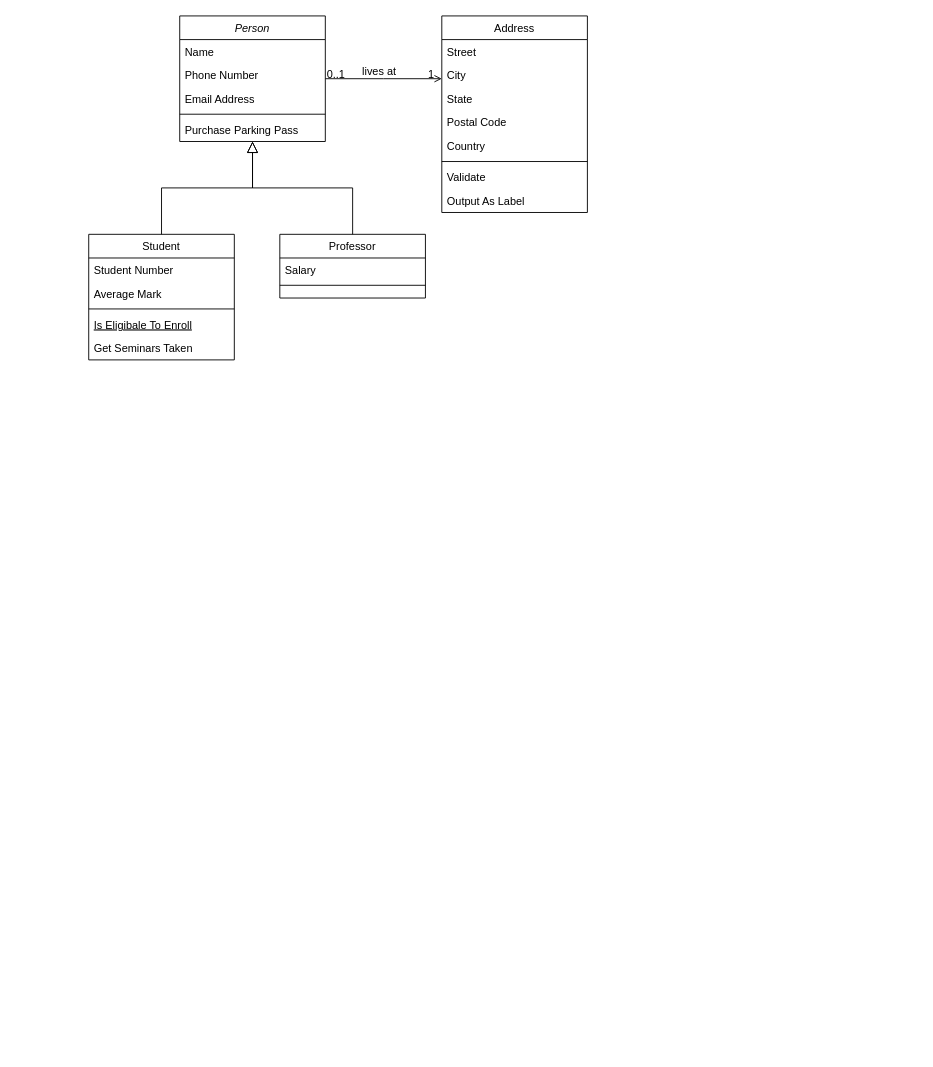
Before: design.drawio in FocusZhouGD/drawprogram, a draw.io diagram. Source tidied: cells renumbered, new cells numbered last; positions are measured from the earlier drawing's top-left corner, leaving out a move shared by most shapes. Both pictures are drawn from the tidied source at 91%, with x=0, y=0 at pixel (88, 15).
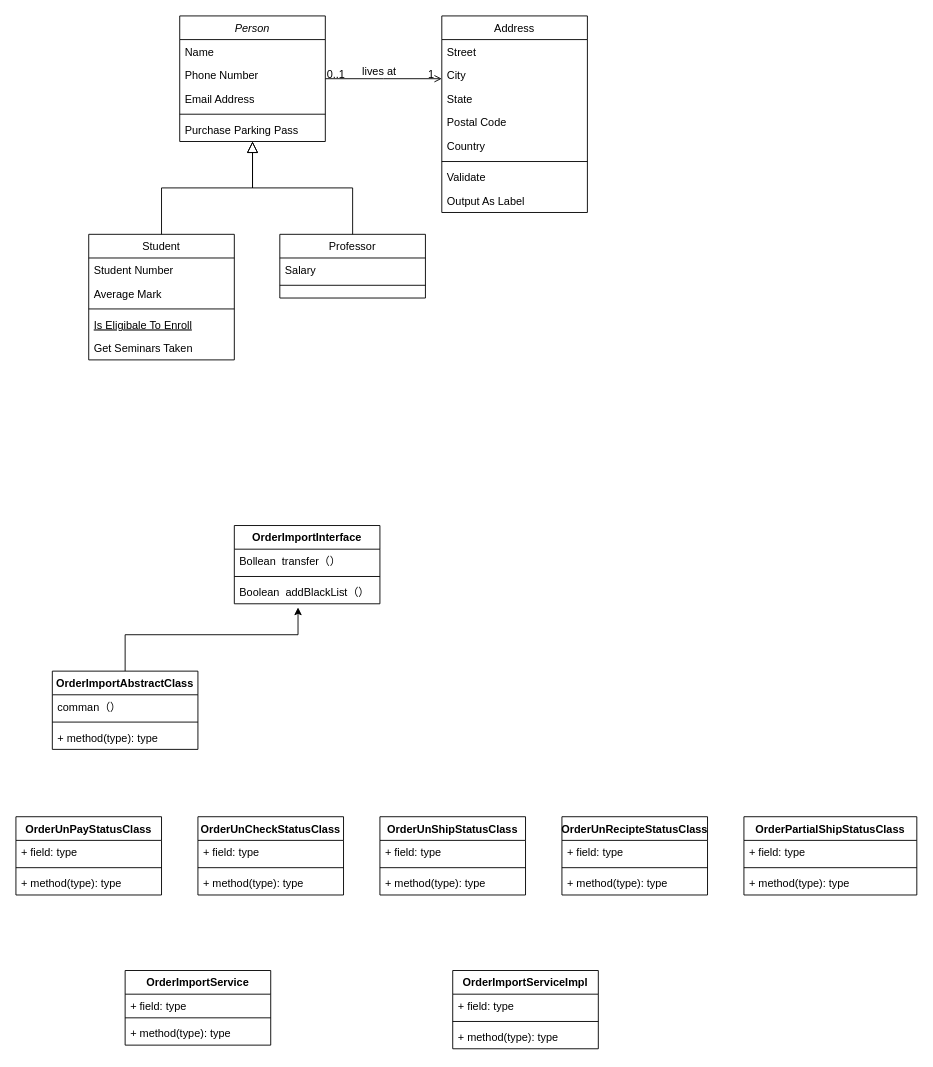
Above is the later version.

What changed in the source:
```diff
@@
+    <mxCell id="32" value="OrderImportInterface" style="swimlane;fontStyle=1;align=center;verticalAlign=top;horizontal=1;startSize=26;" parent="1" vertex="1">
+      <mxGeometry x="160" y="560" width="160" height="86" as="geometry" />
+    </mxCell>
+    <mxCell id="33" value="Bollean  transfer（）" style="text;strokeColor=none;fillColor=none;align=left;verticalAlign=top;spacingLeft=4;spacingRight=4;overflow=hidden;" parent="32" vertex="1">
+      <mxGeometry y="26" width="160" height="26" as="geometry" />
+    </mxCell>
+    <mxCell id="34" style="line;strokeWidth=1;fillColor=none;align=left;verticalAlign=middle;spacingTop=-1;spacingLeft=3;spacingRight=3;labelPosition=right;" parent="32" vertex="1">
+      <mxGeometry y="52" width="160" height="8" as="geometry" />
+    </mxCell>
+    <mxCell id="35" value="Boolean  addBlackList（）" style="text;strokeColor=none;fillColor=none;align=left;verticalAlign=top;spacingLeft=4;spacingRight=4;overflow=hidden;" parent="32" vertex="1">
+      <mxGeometry y="60" width="160" height="26" as="geometry" />
+    </mxCell>
+    <mxCell id="36" style="edgeStyle=orthogonalEdgeStyle;rounded=0;jettySize=auto;html=1;" parent="1" edge="1" source="37">
+      <mxGeometry relative="1" as="geometry">
+        <mxPoint x="230" y="650" as="targetPoint" />
+        <Array as="points">
+          <mxPoint x="40" y="680" />
+          <mxPoint x="230" y="680" />
+        </Array>
+      </mxGeometry>
+    </mxCell>
+    <mxCell id="37" value="OrderImportAbstractClass" style="swimlane;fontStyle=1;align=center;verticalAlign=top;horizontal=1;startSize=26;" parent="1" vertex="1">
+      <mxGeometry x="-40" y="720" width="160" height="86" as="geometry" />
+    </mxCell>
+    <mxCell id="38" value="comman（）" style="text;strokeColor=none;fillColor=none;align=left;verticalAlign=top;spacingLeft=4;spacingRight=4;overflow=hidden;" parent="37" vertex="1">
+      <mxGeometry y="26" width="160" height="26" as="geometry" />
+    </mxCell>
+    <mxCell id="39" style="line;strokeWidth=1;fillColor=none;align=left;verticalAlign=middle;spacingTop=-1;spacingLeft=3;spacingRight=3;labelPosition=right;" parent="37" vertex="1">
+      <mxGeometry y="52" width="160" height="8" as="geometry" />
+    </mxCell>
+    <mxCell id="40" value="+ method(type): type" style="text;strokeColor=none;fillColor=none;align=left;verticalAlign=top;spacingLeft=4;spacingRight=4;overflow=hidden;" parent="37" vertex="1">
+      <mxGeometry y="60" width="160" height="26" as="geometry" />
+    </mxCell>
+    <mxCell id="41" value="OrderUnPayStatusClass" style="swimlane;fontStyle=1;align=center;verticalAlign=top;horizontal=1;startSize=26;" parent="1" vertex="1">
+      <mxGeometry x="-80" y="880" width="160" height="86" as="geometry" />
+    </mxCell>
+    <mxCell id="42" value="+ field: type" style="text;strokeColor=none;fillColor=none;align=left;verticalAlign=top;spacingLeft=4;spacingRight=4;overflow=hidden;" parent="41" vertex="1">
+      <mxGeometry y="26" width="160" height="26" as="geometry" />
+    </mxCell>
+    <mxCell id="43" style="line;strokeWidth=1;fillColor=none;align=left;verticalAlign=middle;spacingTop=-1;spacingLeft=3;spacingRight=3;labelPosition=right;" parent="41" vertex="1">
+      <mxGeometry y="52" width="160" height="8" as="geometry" />
+    </mxCell>
+    <mxCell id="44" value="+ method(type): type" style="text;strokeColor=none;fillColor=none;align=left;verticalAlign=top;spacingLeft=4;spacingRight=4;overflow=hidden;" parent="41" vertex="1">
+      <mxGeometry y="60" width="160" height="26" as="geometry" />
+    </mxCell>
+    <mxCell id="45" value="OrderUnCheckStatusClass" style="swimlane;fontStyle=1;align=center;verticalAlign=top;horizontal=1;startSize=26;" parent="1" vertex="1">
+      <mxGeometry x="120" y="880" width="160" height="86" as="geometry" />
+    </mxCell>
+    <mxCell id="46" value="+ field: type" style="text;strokeColor=none;fillColor=none;align=left;verticalAlign=top;spacingLeft=4;spacingRight=4;overflow=hidden;" parent="45" vertex="1">
+      <mxGeometry y="26" width="160" height="26" as="geometry" />
+    </mxCell>
+    <mxCell id="47" style="line;strokeWidth=1;fillColor=none;align=left;verticalAlign=middle;spacingTop=-1;spacingLeft=3;spacingRight=3;labelPosition=right;" parent="45" vertex="1">
+      <mxGeometry y="52" width="160" height="8" as="geometry" />
+    </mxCell>
+    <mxCell id="48" value="+ method(type): type" style="text;strokeColor=none;fillColor=none;align=left;verticalAlign=top;spacingLeft=4;spacingRight=4;overflow=hidden;" parent="45" vertex="1">
+      <mxGeometry y="60" width="160" height="26" as="geometry" />
+    </mxCell>
+    <mxCell id="49" value="OrderUnShipStatusClass" style="swimlane;fontStyle=1;align=center;verticalAlign=top;horizontal=1;startSize=26;" parent="1" vertex="1">
+      <mxGeometry x="320" y="880" width="160" height="86" as="geometry" />
+    </mxCell>
+    <mxCell id="50" value="+ field: type" style="text;strokeColor=none;fillColor=none;align=left;verticalAlign=top;spacingLeft=4;spacingRight=4;overflow=hidden;" parent="49" vertex="1">
+      <mxGeometry y="26" width="160" height="26" as="geometry" />
+    </mxCell>
+    <mxCell id="51" style="line;strokeWidth=1;fillColor=none;align=left;verticalAlign=middle;spacingTop=-1;spacingLeft=3;spacingRight=3;labelPosition=right;" parent="49" vertex="1">
+      <mxGeometry y="52" width="160" height="8" as="geometry" />
+    </mxCell>
+    <mxCell id="52" value="+ method(type): type" style="text;strokeColor=none;fillColor=none;align=left;verticalAlign=top;spacingLeft=4;spacingRight=4;overflow=hidden;" parent="49" vertex="1">
+      <mxGeometry y="60" width="160" height="26" as="geometry" />
+    </mxCell>
+    <mxCell id="53" value="OrderUnRecipteStatusClass" style="swimlane;fontStyle=1;align=center;verticalAlign=top;horizontal=1;startSize=26;" parent="1" vertex="1">
+      <mxGeometry x="520" y="880" width="160" height="86" as="geometry" />
+    </mxCell>
+    <mxCell id="54" value="+ field: type" style="text;strokeColor=none;fillColor=none;align=left;verticalAlign=top;spacingLeft=4;spacingRight=4;overflow=hidden;" parent="53" vertex="1">
+      <mxGeometry y="26" width="160" height="26" as="geometry" />
+    </mxCell>
+    <mxCell id="55" style="line;strokeWidth=1;fillColor=none;align=left;verticalAlign=middle;spacingTop=-1;spacingLeft=3;spacingRight=3;labelPosition=right;" parent="53" vertex="1">
+      <mxGeometry y="52" width="160" height="8" as="geometry" />
+    </mxCell>
+    <mxCell id="56" value="+ method(type): type" style="text;strokeColor=none;fillColor=none;align=left;verticalAlign=top;spacingLeft=4;spacingRight=4;overflow=hidden;" parent="53" vertex="1">
+      <mxGeometry y="60" width="160" height="26" as="geometry" />
+    </mxCell>
+    <mxCell id="57" value="OrderPartialShipStatusClass&#10;" style="swimlane;fontStyle=1;align=center;verticalAlign=top;horizontal=1;startSize=26;" parent="1" vertex="1">
+      <mxGeometry x="720" y="880" width="190" height="86" as="geometry" />
+    </mxCell>
+    <mxCell id="58" value="+ field: type" style="text;strokeColor=none;fillColor=none;align=left;verticalAlign=top;spacingLeft=4;spacingRight=4;overflow=hidden;" parent="57" vertex="1">
+      <mxGeometry y="26" width="190" height="26" as="geometry" />
+    </mxCell>
+    <mxCell id="59" style="line;strokeWidth=1;fillColor=none;align=left;verticalAlign=middle;spacingTop=-1;spacingLeft=3;spacingRight=3;labelPosition=right;" parent="57" vertex="1">
+      <mxGeometry y="52" width="190" height="8" as="geometry" />
+    </mxCell>
+    <mxCell id="60" value="+ method(type): type" style="text;strokeColor=none;fillColor=none;align=left;verticalAlign=top;spacingLeft=4;spacingRight=4;overflow=hidden;" parent="57" vertex="1">
+      <mxGeometry y="60" width="190" height="26" as="geometry" />
+    </mxCell>
+    <mxCell id="61" value="OrderImportService&#10;" style="swimlane;fontStyle=1;align=center;verticalAlign=top;horizontal=1;startSize=26;" parent="1" vertex="1">
+      <mxGeometry x="40" y="1049" width="160" height="82" as="geometry" />
+    </mxCell>
+    <mxCell id="62" value="+ field: type" style="text;strokeColor=none;fillColor=none;align=left;verticalAlign=top;spacingLeft=4;spacingRight=4;overflow=hidden;" parent="61" vertex="1">
+      <mxGeometry y="26" width="160" height="22" as="geometry" />
+    </mxCell>
+    <mxCell id="63" style="line;strokeWidth=1;fillColor=none;align=left;verticalAlign=middle;spacingTop=-1;spacingLeft=3;spacingRight=3;labelPosition=right;" parent="61" vertex="1">
+      <mxGeometry y="48" width="160" height="8" as="geometry" />
+    </mxCell>
+    <mxCell id="64" value="+ method(type): type" style="text;strokeColor=none;fillColor=none;align=left;verticalAlign=top;spacingLeft=4;spacingRight=4;overflow=hidden;" parent="61" vertex="1">
+      <mxGeometry y="56" width="160" height="26" as="geometry" />
+    </mxCell>
+    <mxCell id="65" value="OrderImportServiceImpl" style="swimlane;fontStyle=1;align=center;verticalAlign=top;horizontal=1;startSize=26;" parent="1" vertex="1">
+      <mxGeometry x="400" y="1049" width="160" height="86" as="geometry" />
+    </mxCell>
+    <mxCell id="66" value="+ field: type" style="text;strokeColor=none;fillColor=none;align=left;verticalAlign=top;spacingLeft=4;spacingRight=4;overflow=hidden;" parent="65" vertex="1">
+      <mxGeometry y="26" width="160" height="26" as="geometry" />
+    </mxCell>
+    <mxCell id="67" style="line;strokeWidth=1;fillColor=none;align=left;verticalAlign=middle;spacingTop=-1;spacingLeft=3;spacingRight=3;labelPosition=right;" parent="65" vertex="1">
+      <mxGeometry y="52" width="160" height="8" as="geometry" />
+    </mxCell>
+    <mxCell id="68" value="+ method(type): type" style="text;strokeColor=none;fillColor=none;align=left;verticalAlign=top;spacingLeft=4;spacingRight=4;overflow=hidden;" parent="65" vertex="1">
+      <mxGeometry y="60" width="160" height="26" as="geometry" />
+    </mxCell>
```
